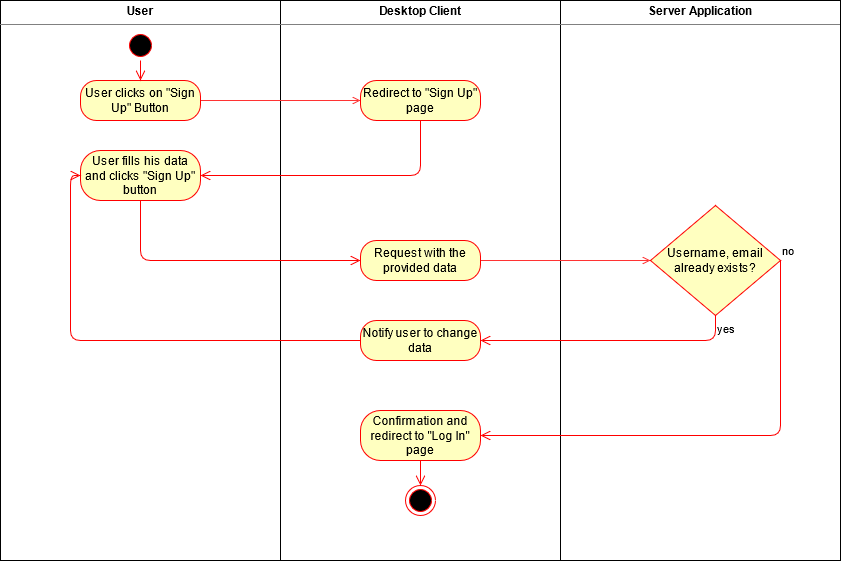
The draw.io diagram Diagrams/Activity Diagrams/CreateUserProfileActivityDiagram.png in LorenzSeufert/CeangalMessenger---Documentation, before a commit. Source tidied: cells renumbered, new cells last; positions are measured from the earlier drawing's top-left corner, leaving out a move shared by most shapes. Source of this version:
```xml
<mxGraphModel>
  <root>
    <mxCell id="0" />
    <mxCell id="1" parent="0" />
    <mxCell id="2" value="&lt;p style=&quot;margin: 0px ; margin-top: 4px ; text-align: center&quot;&gt;&lt;b&gt;User&lt;/b&gt;&lt;br&gt;&lt;/p&gt;&lt;hr size=&quot;1&quot;&gt;" style="verticalAlign=top;align=left;overflow=fill;fontSize=12;fontFamily=Helvetica;html=1;" parent="1" vertex="1">
      <mxGeometry width="280" height="560" as="geometry" />
    </mxCell>
    <mxCell id="3" value="&lt;p style=&quot;margin: 0px ; margin-top: 4px ; text-align: center&quot;&gt;&lt;b&gt;Desktop Client&lt;/b&gt;&lt;br&gt;&lt;/p&gt;&lt;hr size=&quot;1&quot;&gt;&lt;div style=&quot;height: 2px&quot;&gt;&lt;/div&gt;" style="verticalAlign=top;align=left;overflow=fill;fontSize=12;fontFamily=Helvetica;html=1;" parent="1" vertex="1">
      <mxGeometry x="280" width="280" height="560" as="geometry" />
    </mxCell>
    <mxCell id="4" value="&lt;p style=&quot;margin: 0px ; margin-top: 4px ; text-align: center&quot;&gt;&lt;b&gt;Server Application&lt;/b&gt;&lt;br&gt;&lt;/p&gt;&lt;hr size=&quot;1&quot;&gt;&lt;div style=&quot;height: 2px&quot;&gt;&lt;/div&gt;" style="verticalAlign=top;align=left;overflow=fill;fontSize=12;fontFamily=Helvetica;html=1;" parent="1" vertex="1">
      <mxGeometry x="560" width="280" height="560" as="geometry" />
    </mxCell>
    <mxCell id="5" style="edgeStyle=orthogonalEdgeStyle;rounded=0;jettySize=auto;html=1;strokeColor=#FF3333;endArrow=open;endFill=0;" parent="1" edge="1" source="6" target="9">
      <mxGeometry relative="1" as="geometry" />
    </mxCell>
    <mxCell id="6" value="User clicks on &quot;Sign Up&quot; Button" style="rounded=1;whiteSpace=wrap;html=1;arcSize=40;fontColor=#000000;fillColor=#ffffc0;strokeColor=#ff0000;" parent="1" vertex="1">
      <mxGeometry x="80" y="80" width="120" height="40" as="geometry" />
    </mxCell>
    <mxCell id="7" style="ellipse;html=1;shape=startState;fillColor=#000000;strokeColor=#ff0000;" parent="1" vertex="1">
      <mxGeometry x="125" y="30" width="30" height="30" as="geometry" />
    </mxCell>
    <mxCell id="8" style="edgeStyle=orthogonalEdgeStyle;html=1;verticalAlign=bottom;endArrow=open;endSize=8;strokeColor=#ff0000;" parent="1" edge="1" source="7">
      <mxGeometry relative="1" as="geometry">
        <mxPoint x="140" y="80" as="targetPoint" />
      </mxGeometry>
    </mxCell>
    <mxCell id="9" value="Redirect to &quot;Sign Up&quot; page" style="rounded=1;whiteSpace=wrap;html=1;arcSize=40;fontColor=#000000;fillColor=#ffffc0;strokeColor=#ff0000;" parent="1" vertex="1">
      <mxGeometry x="360" y="80" width="120" height="40" as="geometry" />
    </mxCell>
    <mxCell id="10" style="edgeStyle=orthogonalEdgeStyle;html=1;verticalAlign=bottom;endArrow=open;endSize=8;strokeColor=#ff0000;entryX=1;entryY=0.5;entryDx=0;entryDy=0;" parent="1" edge="1" source="9" target="11">
      <mxGeometry relative="1" as="geometry">
        <Array as="points">
          <mxPoint x="420" y="175" />
        </Array>
      </mxGeometry>
    </mxCell>
    <mxCell id="11" value="User fills his data and clicks &quot;Sign Up&quot; button" style="rounded=1;whiteSpace=wrap;html=1;arcSize=40;fontColor=#000000;fillColor=#ffffc0;strokeColor=#ff0000;" parent="1" vertex="1">
      <mxGeometry x="80" y="150" width="120" height="50" as="geometry" />
    </mxCell>
    <mxCell id="12" style="edgeStyle=orthogonalEdgeStyle;html=1;verticalAlign=bottom;endArrow=open;endSize=8;strokeColor=#ff0000;" parent="1" edge="1" source="11" target="14">
      <mxGeometry relative="1" as="geometry">
        <Array as="points">
          <mxPoint x="140" y="260" />
        </Array>
      </mxGeometry>
    </mxCell>
    <mxCell id="13" style="edgeStyle=orthogonalEdgeStyle;rounded=0;jettySize=auto;html=1;endArrow=open;endFill=0;strokeColor=#FF3333;" parent="1" edge="1" source="14" target="15">
      <mxGeometry relative="1" as="geometry" />
    </mxCell>
    <mxCell id="14" value="Request with the provided data" style="rounded=1;whiteSpace=wrap;html=1;arcSize=40;fontColor=#000000;fillColor=#ffffc0;strokeColor=#ff0000;" parent="1" vertex="1">
      <mxGeometry x="360" y="240" width="120" height="40" as="geometry" />
    </mxCell>
    <mxCell id="15" value="Username, email already exists?" style="rhombus;whiteSpace=wrap;html=1;fillColor=#ffffc0;strokeColor=#ff0000;" parent="1" vertex="1">
      <mxGeometry x="650" y="205" width="130" height="110" as="geometry" />
    </mxCell>
    <mxCell id="16" value="no" style="edgeStyle=orthogonalEdgeStyle;html=1;align=left;verticalAlign=bottom;endArrow=open;endSize=8;strokeColor=#ff0000;exitX=1;exitY=0.5;exitDx=0;exitDy=0;" parent="1" edge="1" source="15" target="20">
      <mxGeometry x="-1" relative="1" as="geometry">
        <Array as="points">
          <mxPoint x="780" y="435" />
        </Array>
      </mxGeometry>
    </mxCell>
    <mxCell id="17" value="yes" style="edgeStyle=orthogonalEdgeStyle;html=1;align=left;verticalAlign=top;endArrow=open;endSize=8;strokeColor=#ff0000;" parent="1" edge="1" source="15" target="18">
      <mxGeometry x="-1" relative="1" as="geometry">
        <Array as="points">
          <mxPoint x="715" y="340" />
        </Array>
      </mxGeometry>
    </mxCell>
    <mxCell id="18" value="Notify user to change data" style="rounded=1;whiteSpace=wrap;html=1;arcSize=40;fontColor=#000000;fillColor=#ffffc0;strokeColor=#ff0000;" parent="1" vertex="1">
      <mxGeometry x="360" y="320" width="120" height="40" as="geometry" />
    </mxCell>
    <mxCell id="19" style="edgeStyle=orthogonalEdgeStyle;html=1;verticalAlign=bottom;endArrow=open;endSize=8;strokeColor=#ff0000;entryX=0;entryY=0.5;entryDx=0;entryDy=0;" parent="1" edge="1" source="18" target="11">
      <mxGeometry relative="1" as="geometry" />
    </mxCell>
    <mxCell id="20" value="Confirmation and redirect to &quot;Log In&quot; page" style="rounded=1;whiteSpace=wrap;html=1;arcSize=40;fontColor=#000000;fillColor=#ffffc0;strokeColor=#ff0000;" parent="1" vertex="1">
      <mxGeometry x="360" y="410" width="120" height="50" as="geometry" />
    </mxCell>
    <mxCell id="21" style="edgeStyle=orthogonalEdgeStyle;html=1;verticalAlign=bottom;endArrow=open;endSize=8;strokeColor=#ff0000;" parent="1" edge="1" source="20" target="22">
      <mxGeometry relative="1" as="geometry" />
    </mxCell>
    <mxCell id="22" style="ellipse;html=1;shape=endState;fillColor=#000000;strokeColor=#ff0000;" parent="1" vertex="1">
      <mxGeometry x="405" y="485" width="30" height="30" as="geometry" />
    </mxCell>
  </root>
</mxGraphModel>
```
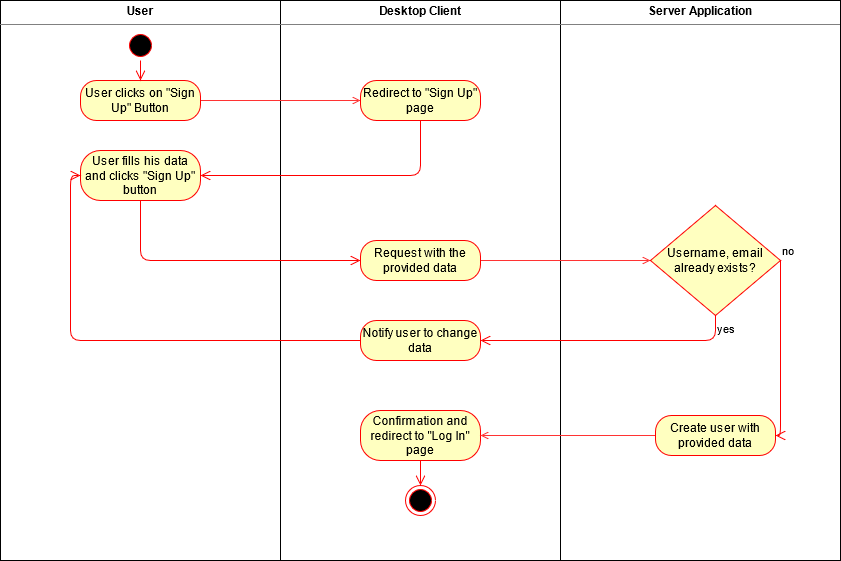
Above is the later version.

Change to the diagram source:
```diff
@@ -54,7 +54,7 @@
     <mxCell id="15" value="Username, email already exists?" style="rhombus;whiteSpace=wrap;html=1;fillColor=#ffffc0;strokeColor=#ff0000;" parent="1" vertex="1">
       <mxGeometry x="650" y="205" width="130" height="110" as="geometry" />
     </mxCell>
-    <mxCell id="16" value="no" style="edgeStyle=orthogonalEdgeStyle;html=1;align=left;verticalAlign=bottom;endArrow=open;endSize=8;strokeColor=#ff0000;exitX=1;exitY=0.5;exitDx=0;exitDy=0;" parent="1" edge="1" source="15" target="20">
+    <mxCell id="16" value="no" style="edgeStyle=orthogonalEdgeStyle;html=1;align=left;verticalAlign=bottom;endArrow=open;endSize=8;strokeColor=#ff0000;exitX=1;exitY=0.5;exitDx=0;exitDy=0;" parent="1" edge="1" source="15" target="24">
       <mxGeometry x="-1" relative="1" as="geometry">
         <Array as="points">
           <mxPoint x="780" y="435" />
@@ -83,5 +83,11 @@
     <mxCell id="22" style="ellipse;html=1;shape=endState;fillColor=#000000;strokeColor=#ff0000;" parent="1" vertex="1">
       <mxGeometry x="405" y="485" width="30" height="30" as="geometry" />
     </mxCell>
+    <mxCell id="23" style="edgeStyle=orthogonalEdgeStyle;rounded=0;jettySize=auto;html=1;strokeColor=#FF3333;endArrow=open;endFill=0;" parent="1" edge="1" source="24" target="20">
+      <mxGeometry relative="1" as="geometry" />
+    </mxCell>
+    <mxCell id="24" value="Create user with provided data" style="rounded=1;whiteSpace=wrap;html=1;arcSize=40;fontColor=#000000;fillColor=#ffffc0;strokeColor=#ff0000;" parent="1" vertex="1">
+      <mxGeometry x="655" y="415" width="120" height="40" as="geometry" />
+    </mxCell>
   </root>
 </mxGraphModel>
```
